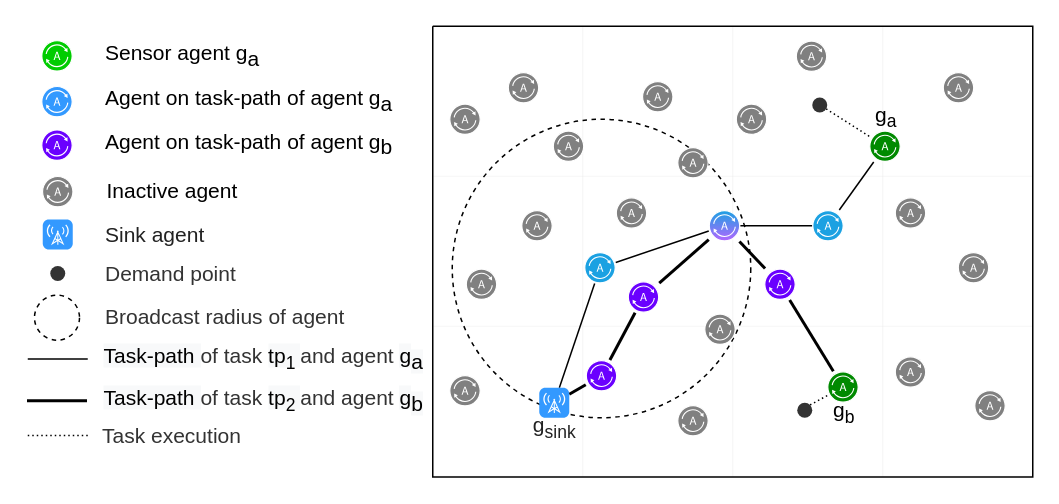
Earlier version of the draw.io diagram source/grid_concept.drawio (sevenmachines/els_energy_optimisation_and_adaptive_coverage_in_wsn_systems). Source tidied: cells renumbered, new cells numbered last; positions are measured from the earlier drawing's top-left corner, leaving out a move shared by most shapes. Both pictures are drawn from the tidied source at 150%, with x=0, y=0 at pixel (27, 26).
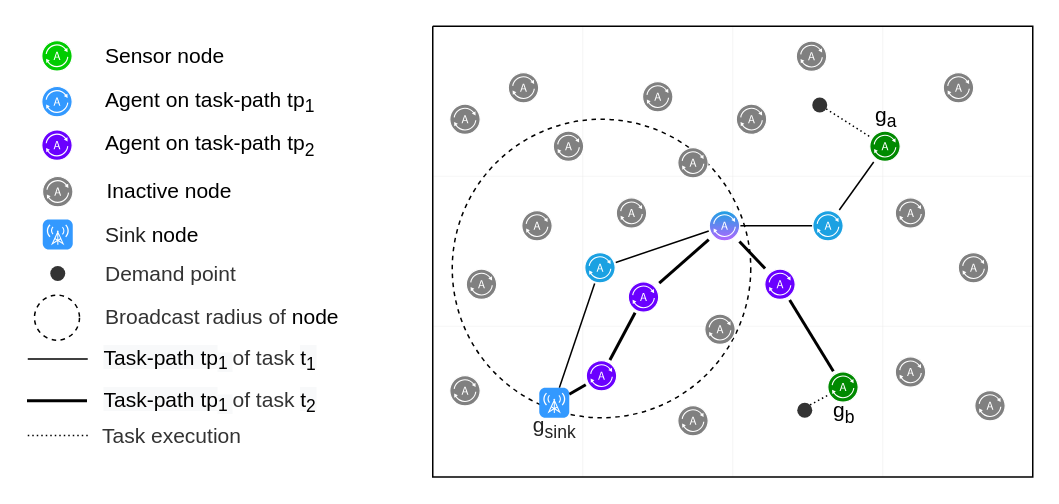
The same diagram, later.

Change to the diagram source:
```diff
@@
-    <mxCell id="8" value="Sensor agent g&lt;sub style=&quot;font-size: 14px&quot;&gt;a&lt;/sub&gt;" style="shadow=0;dashed=0;html=1;labelPosition=right;verticalLabelPosition=middle;verticalAlign=middle;align=left;shape=mxgraph.veeam2.agent;labelBackgroundColor=none;fillColor=#00CC00;spacingLeft=20;fontSize=14;" parent="1" vertex="1">
+    <mxCell id="8" value="Sensor node" style="shadow=0;dashed=0;html=1;labelPosition=right;verticalLabelPosition=middle;verticalAlign=middle;align=left;shape=mxgraph.veeam2.agent;labelBackgroundColor=none;fillColor=#00CC00;spacingLeft=20;fontSize=14;" parent="1" vertex="1">
       <mxGeometry x="9" y="9.3" width="21" height="21" as="geometry" />
     </mxCell>
-    <mxCell id="9" value="Agent on task-path of agent g&lt;sub style=&quot;font-size: 14px&quot;&gt;a&lt;/sub&gt;" style="shadow=0;dashed=0;html=1;labelPosition=right;verticalLabelPosition=middle;verticalAlign=middle;align=left;shape=mxgraph.veeam2.agent;labelBackgroundColor=none;fillColor=#3399FF;spacingLeft=20;fontSize=14;" parent="1" vertex="1">
+    <mxCell id="9" value="Agent on task-path tp&lt;sub&gt;1&lt;/sub&gt;" style="shadow=0;dashed=0;html=1;labelPosition=right;verticalLabelPosition=middle;verticalAlign=middle;align=left;shape=mxgraph.veeam2.agent;labelBackgroundColor=none;fillColor=#3399FF;spacingLeft=20;fontSize=14;" parent="1" vertex="1">
       <mxGeometry x="9" y="39.8" width="21" height="21" as="geometry" />
     </mxCell>
@@
-    <mxCell id="44" value="Inactive agent" style="shadow=0;dashed=0;html=1;labelPosition=right;verticalLabelPosition=middle;verticalAlign=middle;align=left;shape=mxgraph.veeam2.agent;labelBackgroundColor=none;fillColor=#808080;spacingLeft=20;fontSize=14;" parent="1" vertex="1">
+    <mxCell id="44" value="Inactive node" style="shadow=0;dashed=0;html=1;labelPosition=right;verticalLabelPosition=middle;verticalAlign=middle;align=left;shape=mxgraph.veeam2.agent;labelBackgroundColor=none;fillColor=#808080;spacingLeft=20;fontSize=14;" parent="1" vertex="1">
       <mxGeometry x="9.5" y="99.8" width="21" height="21" as="geometry" />
     </mxCell>
@@
-    <mxCell id="46" value="Broadcast radius of agent" style="ellipse;html=1;labelBackgroundColor=none;strokeColor=#000000;fontColor=#333333;fillColor=none;dashed=1;labelPosition=right;verticalLabelPosition=middle;align=left;verticalAlign=middle;spacingLeft=15;fontSize=14;" parent="1" vertex="1">
+    <mxCell id="46" value="Broadcast radius of&amp;nbsp;&lt;span style=&quot;color: rgb(0 , 0 , 0)&quot;&gt;node&lt;/span&gt;" style="ellipse;html=1;labelBackgroundColor=none;strokeColor=#000000;fontColor=#333333;fillColor=none;dashed=1;labelPosition=right;verticalLabelPosition=middle;align=left;verticalAlign=middle;spacingLeft=15;fontSize=14;" parent="1" vertex="1">
       <mxGeometry x="4.5" y="179.3" width="30" height="30" as="geometry" />
     </mxCell>
-    <mxCell id="47" value="&lt;span style=&quot;color: rgb(0 , 0 , 0) ; background-color: rgb(248 , 249 , 250)&quot;&gt;Task-path&amp;nbsp;&lt;/span&gt;of task&amp;nbsp;&lt;span style=&quot;color: rgb(0 , 0 , 0) ; background-color: rgb(248 , 249 , 250)&quot;&gt;tp&lt;/span&gt;&lt;span style=&quot;color: rgb(0 , 0 , 0) ; background-color: rgb(248 , 249 , 250)&quot;&gt;&lt;sub&gt;1&amp;nbsp;&lt;/sub&gt;&lt;/span&gt;and agent&amp;nbsp;&lt;span style=&quot;color: rgb(0 , 0 , 0) ; background-color: rgb(248 , 249 , 250)&quot;&gt;g&lt;/span&gt;&lt;sub style=&quot;color: rgb(0 , 0 , 0) ; background-color: rgb(248 , 249 , 250) ; font-size: 14px&quot;&gt;a&lt;/sub&gt;" style="edgeStyle=none;rounded=0;orthogonalLoop=1;jettySize=auto;html=1;endArrow=none;endFill=0;fontColor=#333333;labelPosition=right;verticalLabelPosition=middle;align=left;verticalAlign=middle;spacingLeft=29;fontSize=14;" parent="1" edge="1">
+    <mxCell id="47" value="&lt;span style=&quot;color: rgb(0 , 0 , 0) ; background-color: rgb(248 , 249 , 250)&quot;&gt;Task-path&amp;nbsp;&lt;/span&gt;&lt;span style=&quot;color: rgb(0 , 0 , 0) ; background-color: rgb(248 , 249 , 250)&quot;&gt;tp&lt;/span&gt;&lt;sub style=&quot;color: rgb(0 , 0 , 0) ; background-color: rgb(248 , 249 , 250)&quot;&gt;1&amp;nbsp;&lt;/sub&gt;of task&amp;nbsp;&lt;span style=&quot;color: rgb(0 , 0 , 0) ; background-color: rgb(248 , 249 , 250)&quot;&gt;t&lt;/span&gt;&lt;span style=&quot;color: rgb(0 , 0 , 0) ; background-color: rgb(248 , 249 , 250)&quot;&gt;&lt;sub&gt;1&lt;/sub&gt;&lt;/span&gt;" style="edgeStyle=none;rounded=0;orthogonalLoop=1;jettySize=auto;html=1;endArrow=none;endFill=0;fontColor=#333333;labelPosition=right;verticalLabelPosition=middle;align=left;verticalAlign=middle;spacingLeft=29;fontSize=14;" parent="1" edge="1">
       <mxGeometry relative="1" as="geometry">
         <mxPoint y="221.8" as="sourcePoint" />
         <mxPoint x="40" y="221.9" as="targetPoint" />
       </mxGeometry>
     </mxCell>
@@
-    <mxCell id="51" value="&lt;font color=&quot;#000000&quot;&gt;Agent on&amp;nbsp;&lt;/font&gt;&lt;span style=&quot;color: rgb(0 , 0 , 0)&quot;&gt;task-path&amp;nbsp;&lt;/span&gt;&lt;font color=&quot;#000000&quot;&gt;of agent g&lt;sub style=&quot;font-size: 14px&quot;&gt;b&lt;/sub&gt;&lt;/font&gt;" style="shadow=0;dashed=0;html=1;labelPosition=right;verticalLabelPosition=middle;verticalAlign=middle;align=left;shape=mxgraph.veeam2.agent;labelBackgroundColor=none;fillColor=#6a00ff;spacingLeft=20;fontSize=14;strokeColor=#3700CC;fontColor=#ffffff;" parent="1" vertex="1">
+    <mxCell id="51" value="&lt;font color=&quot;#000000&quot;&gt;Agent on&amp;nbsp;&lt;/font&gt;&lt;span style=&quot;color: rgb(0 , 0 , 0)&quot;&gt;task-path&amp;nbsp;&lt;/span&gt;&lt;span style=&quot;color: rgb(0 , 0 , 0)&quot;&gt;tp&lt;/span&gt;&lt;span style=&quot;color: rgb(0 , 0 , 0)&quot;&gt;&lt;sub&gt;2&lt;/sub&gt;&lt;/span&gt;" style="shadow=0;dashed=0;html=1;labelPosition=right;verticalLabelPosition=middle;verticalAlign=middle;align=left;shape=mxgraph.veeam2.agent;labelBackgroundColor=none;fillColor=#6a00ff;spacingLeft=20;fontSize=14;strokeColor=#3700CC;fontColor=#ffffff;" parent="1" vertex="1">
       <mxGeometry x="9" y="68.8" width="21" height="21" as="geometry" />
     </mxCell>
-    <mxCell id="52" value="&lt;span style=&quot;color: rgb(0 , 0 , 0) ; background-color: rgb(248 , 249 , 250)&quot;&gt;Task-path&amp;nbsp;&lt;/span&gt;of task&amp;nbsp;&lt;span style=&quot;color: rgb(0 , 0 , 0) ; background-color: rgb(248 , 249 , 250)&quot;&gt;tp&lt;/span&gt;&lt;span style=&quot;color: rgb(0 , 0 , 0) ; background-color: rgb(248 , 249 , 250)&quot;&gt;&lt;sub&gt;2&amp;nbsp;&lt;/sub&gt;&lt;/span&gt;and agent&amp;nbsp;&lt;span style=&quot;color: rgb(0 , 0 , 0) ; background-color: rgb(248 , 249 , 250)&quot;&gt;g&lt;/span&gt;&lt;sub style=&quot;color: rgb(0 , 0 , 0) ; background-color: rgb(248 , 249 , 250) ; font-size: 14px&quot;&gt;b&lt;/sub&gt;" style="edgeStyle=none;rounded=0;orthogonalLoop=1;jettySize=auto;html=1;endArrow=none;endFill=0;fontColor=#333333;labelPosition=right;verticalLabelPosition=middle;align=left;verticalAlign=middle;spacingLeft=29;fontSize=14;strokeWidth=2;" parent="1" edge="1">
+    <mxCell id="52" value="&lt;span style=&quot;color: rgb(0 , 0 , 0) ; background-color: rgb(248 , 249 , 250)&quot;&gt;Task-path&amp;nbsp;&lt;/span&gt;&lt;span style=&quot;color: rgb(0 , 0 , 0) ; background-color: rgb(248 , 249 , 250)&quot;&gt;tp&lt;/span&gt;&lt;sub style=&quot;color: rgb(0 , 0 , 0) ; background-color: rgb(248 , 249 , 250)&quot;&gt;1&amp;nbsp;&lt;/sub&gt;of task&amp;nbsp;&lt;span style=&quot;color: rgb(0 , 0 , 0) ; background-color: rgb(248 , 249 , 250)&quot;&gt;t&lt;/span&gt;&lt;span style=&quot;color: rgb(0 , 0 , 0) ; background-color: rgb(248 , 249 , 250)&quot;&gt;&lt;sub&gt;2&lt;/sub&gt;&lt;/span&gt;" style="edgeStyle=none;rounded=0;orthogonalLoop=1;jettySize=auto;html=1;endArrow=none;endFill=0;fontColor=#333333;labelPosition=right;verticalLabelPosition=middle;align=left;verticalAlign=middle;spacingLeft=29;fontSize=14;strokeWidth=2;" parent="1" edge="1">
       <mxGeometry relative="1" as="geometry">
         <mxPoint x="-0.5" y="249.6" as="sourcePoint" />
         <mxPoint x="39.5" y="249.6" as="targetPoint" />
       </mxGeometry>
     </mxCell>
-    <mxCell id="53" value="Sink agent" style="html=1;strokeWidth=1;shadow=0;dashed=0;shape=mxgraph.ios7.misc.broadcast;strokeColor=none;buttonText=;strokeColor2=#222222;fontColor=#222222;fontSize=14;verticalLabelPosition=middle;verticalAlign=middle;align=left;fillColor=#3399FF;spacingTop=0;labelPosition=right;spacingLeft=20;" parent="1" vertex="1">
+    <mxCell id="53" value="Sink&amp;nbsp;&lt;span style=&quot;color: rgb(0 , 0 , 0)&quot;&gt;node&lt;/span&gt;" style="html=1;strokeWidth=1;shadow=0;dashed=0;shape=mxgraph.ios7.misc.broadcast;strokeColor=none;buttonText=;strokeColor2=#222222;fontColor=#222222;fontSize=14;verticalLabelPosition=middle;verticalAlign=middle;align=left;fillColor=#3399FF;spacingTop=0;labelPosition=right;spacingLeft=20;" parent="1" vertex="1">
       <mxGeometry x="10" y="128.8" width="20" height="20" as="geometry" />
     </mxCell>
```
